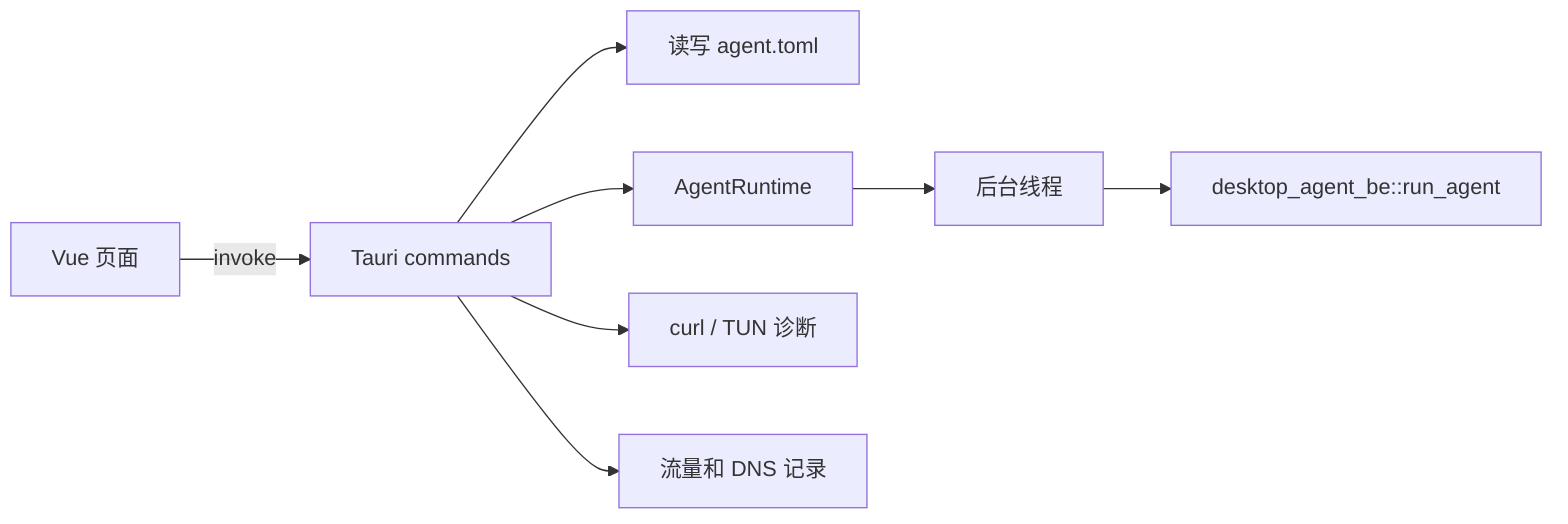
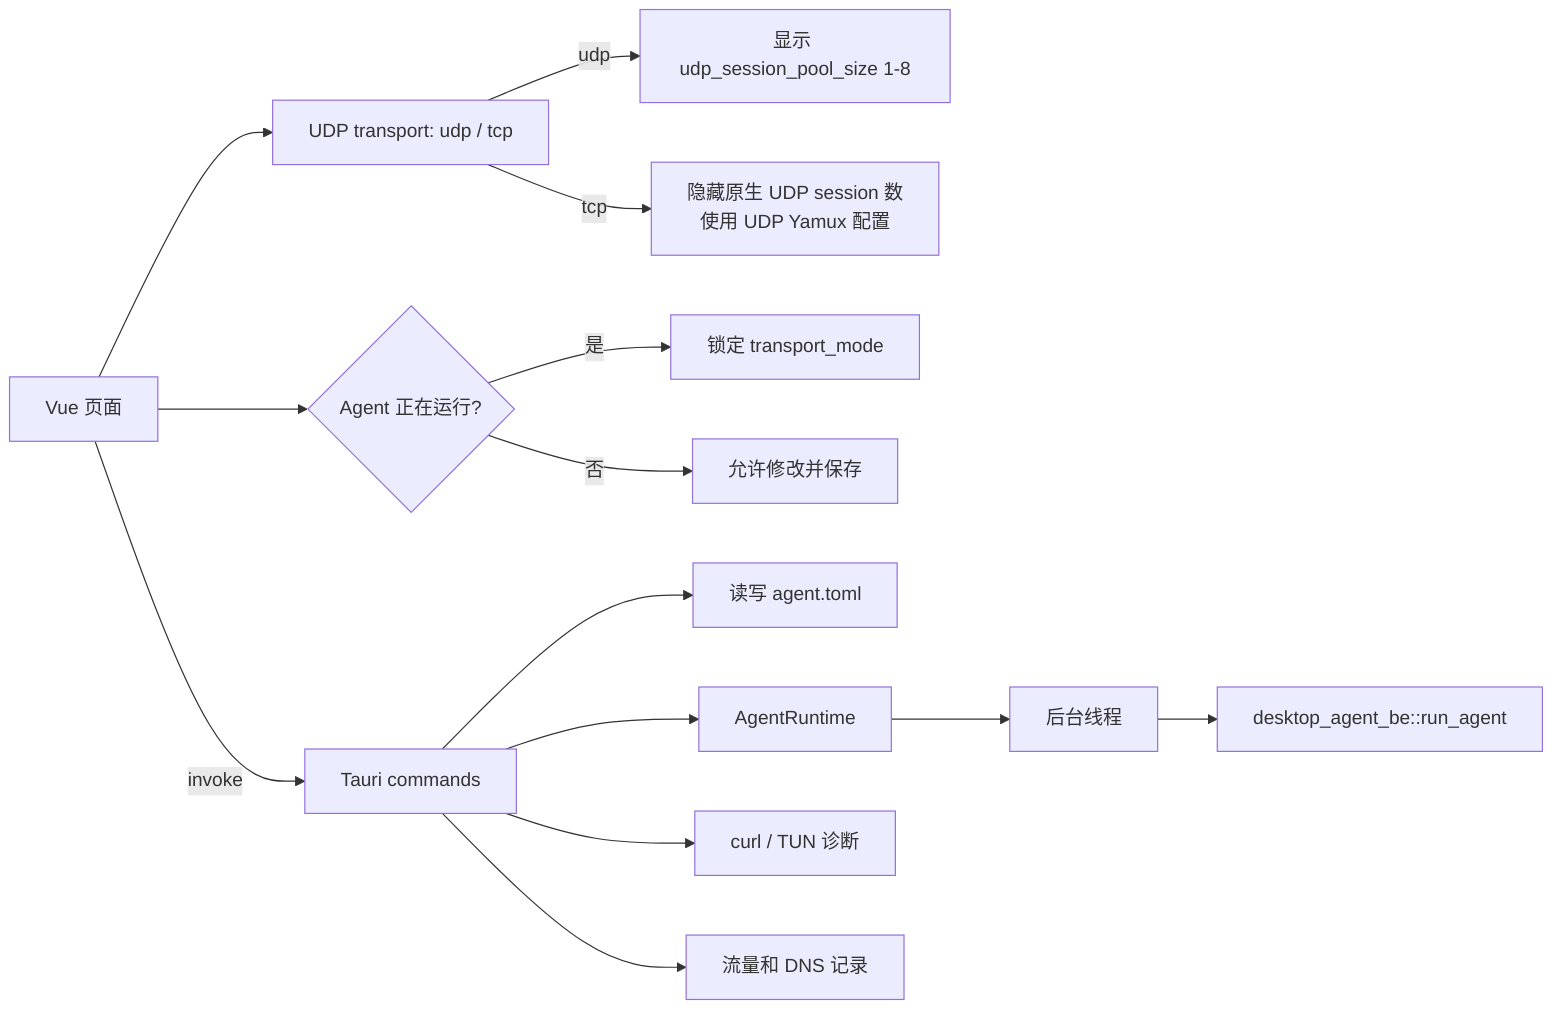
flowchart LR
-     Vue["Vue 页面"] -->|"invoke"| TauriCmd["Tauri commands"]
+     Vue["Vue 页面"] --> Transport["UDP transport: udp / tcp"]
+     Transport -->|"udp"| SessionCount["显示 udp_session_pool_size 1-8"]
+     Transport -->|"tcp"| YamuxConfig["隐藏原生 UDP session 数<br/>使用 UDP Yamux 配置"]
+     RuntimeState{"Agent 正在运行?"} -->|"是"| Locked["锁定 transport_mode"]
+     RuntimeState -->|"否"| Editable["允许修改并保存"]
+     Vue --> RuntimeState
+     Vue -->|"invoke"| TauriCmd["Tauri commands"]
    TauriCmd --> Config["读写 agent.toml"]
    TauriCmd --> Runtime["AgentRuntime"]
    Runtime --> Thread["后台线程"]
    Thread --> Embedded["desktop_agent_be::run_agent"]
    TauriCmd --> Diagnostics["curl / TUN 诊断"]
    TauriCmd --> Telemetry["流量和 DNS 记录"]
